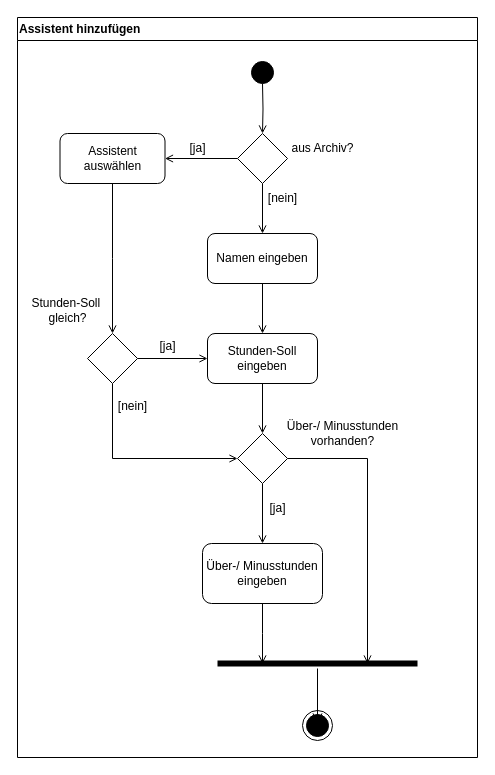
annikalenneper/praxisprojekt_mi_bachelor_SoSe24 keeps this draw.io diagram as 4_Entwurf/Aktivitaetsdiagramm_AssistentHinzufuegen.drawio. Above is the earlier version. Source tidied: cells renumbered, new cells numbered last; positions are measured from the earlier drawing's top-left corner, leaving out a move shared by most shapes. Both pictures are drawn from the tidied source at 100%, with x=0, y=0 at pixel (17, 17).
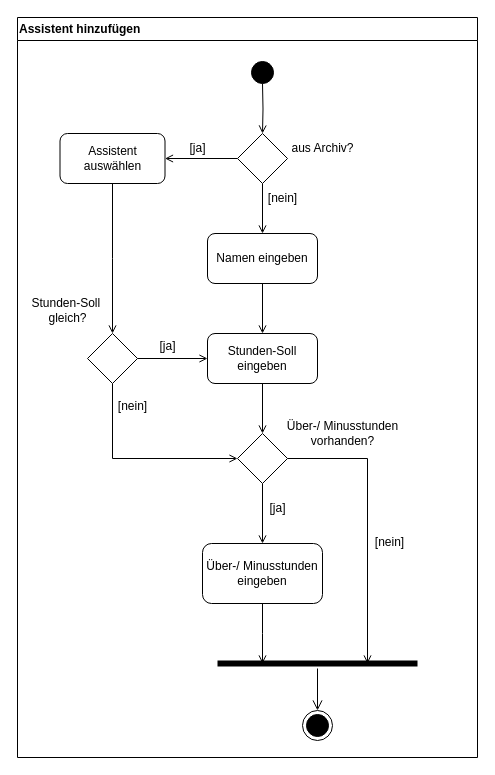
The same diagram, later.

Commit message:
added missing label, rearranged control arrow

Unchanged cells that the change refers to:
```xml
<mxCell id="2" value="Assistent hinzufügen" style="swimlane;whiteSpace=wrap;labelBackgroundColor=none;align=left;" parent="1" vertex="1">
  <mxGeometry width="460" height="740" as="geometry" />
</mxCell>
<mxCell id="30" style="shape=line;html=1;strokeWidth=6;strokeColor=#000000;align=center;verticalAlign=middle;fontFamily=Helvetica;fontSize=12;fontColor=default;labelBackgroundColor=default;fillColor=default;" parent="2" vertex="1">
  <mxGeometry x="200" y="641" width="200" height="10" as="geometry" />
</mxCell>
<mxCell id="32" style="ellipse;html=1;shape=endState;fillColor=#000000;strokeColor=#000000;align=center;verticalAlign=middle;fontFamily=Helvetica;fontSize=12;fontColor=default;labelBackgroundColor=default;" parent="2" vertex="1">
  <mxGeometry x="285" y="693" width="30" height="30" as="geometry" />
</mxCell>
```

What changed in the source:
```diff
@@
-    <mxCell id="31" style="edgeStyle=orthogonalEdgeStyle;html=1;verticalAlign=bottom;endArrow=open;endSize=8;strokeColor=#000000;rounded=0;align=center;fontFamily=Helvetica;fontSize=12;fontColor=default;labelBackgroundColor=default;" parent="2" edge="1" source="30">
-      <mxGeometry relative="1" as="geometry">
-        <mxPoint x="300" y="706" as="targetPoint" />
-      </mxGeometry>
+    <mxCell id="31" style="edgeStyle=orthogonalEdgeStyle;html=1;verticalAlign=bottom;endArrow=open;endSize=8;strokeColor=#000000;rounded=0;align=center;fontFamily=Helvetica;fontSize=12;fontColor=default;labelBackgroundColor=default;entryX=0.5;entryY=0;entryDx=0;entryDy=0;" parent="2" edge="1" source="30" target="32">
+      <mxGeometry relative="1" as="geometry" />
     </mxCell>
@@
+    <mxCell id="33" value="[nein]" style="text;html=1;align=center;verticalAlign=middle;strokeColor=none;fillColor=none;" parent="2" vertex="1">
+      <mxGeometry x="347" y="510" width="50" height="30" as="geometry" />
+    </mxCell>
```
